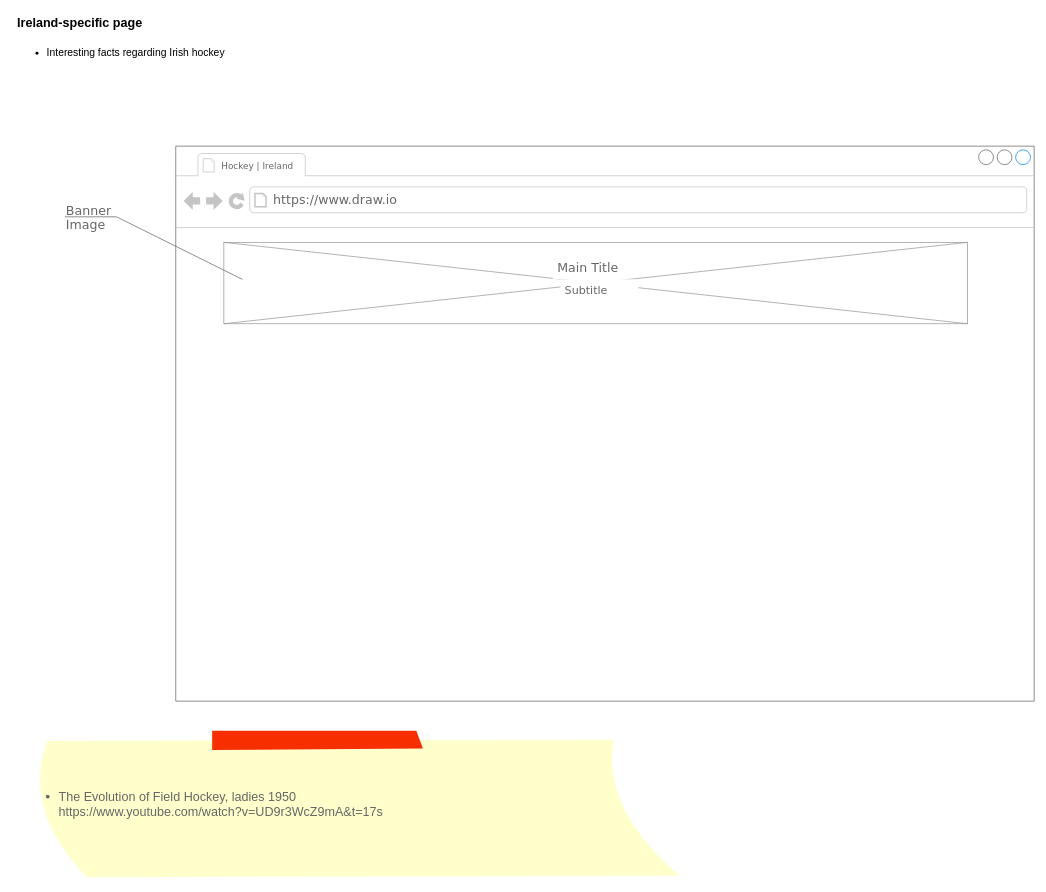
Earlier version of the draw.io diagram page "ireland.html" (2 of 3) of design/hockey_history_wireframe.drawio (ibuttimer/hockey-history). Source tidied: cells renumbered, new cells numbered last; positions are measured from the earlier drawing's top-left corner, leaving out a move shared by most shapes. Both pictures are drawn from the tidied source at 74%, with x=0, y=0 at pixel (13, 13).
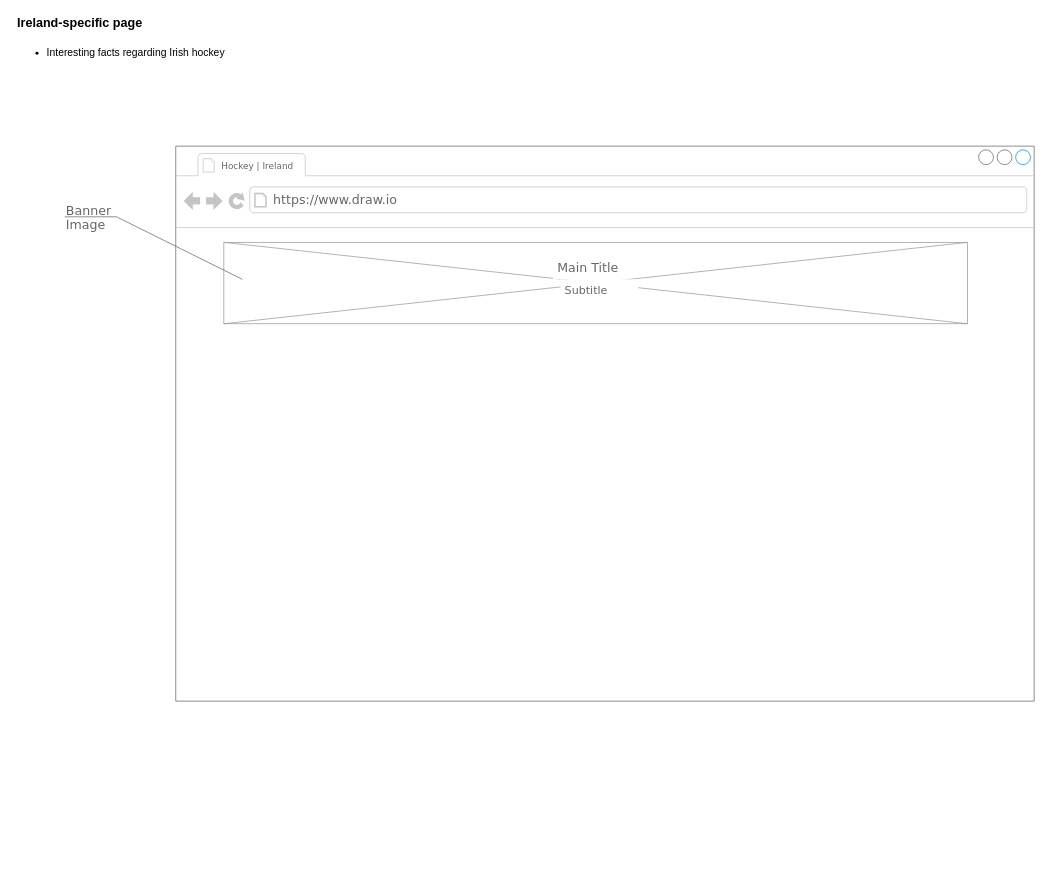
The same diagram, later.

What changed in the source:
```diff
@@
 <mxGraphModel>
   <root>
     <mxCell id="0" />
     <mxCell id="1" parent="0" />
     <mxCell id="2" style="strokeWidth=1;shadow=0;dashed=0;align=center;html=1;shape=mxgraph.mockup.containers.browserWindow;rSize=0;strokeColor=none;strokeColor2=#008cff;strokeColor3=#c4c4c4;mainText=,;fontFamily=Verdana;" parent="1" vertex="1">
       <mxGeometry x="220" y="180" width="1160" height="750" as="geometry" />
     </mxCell>
     <mxCell id="3" value="&lt;font style=&quot;font-size: 12px&quot;&gt;Hockey | Ireland&lt;/font&gt;" style="strokeWidth=1;shadow=0;dashed=0;align=center;html=1;shape=mxgraph.mockup.containers.anchor;fontSize=17;fontColor=#666666;align=left;fontFamily=Verdana;" parent="2" vertex="1">
       <mxGeometry x="60" y="12" width="110" height="26" as="geometry" />
     </mxCell>
     <mxCell id="4" value="https://www.draw.io" style="strokeWidth=1;shadow=0;dashed=0;align=center;html=1;shape=mxgraph.mockup.containers.anchor;rSize=0;fontSize=17;fontColor=#666666;align=left;fontFamily=Verdana;" parent="2" vertex="1">
       <mxGeometry x="130" y="60" width="250" height="26" as="geometry" />
     </mxCell>
     <mxCell id="5" style="verticalLabelPosition=bottom;shadow=0;dashed=0;align=center;html=1;verticalAlign=top;strokeWidth=1;shape=mxgraph.mockup.graphics.simpleIcon;strokeColor=#999999;" parent="2" vertex="1">
       <mxGeometry x="65" y="130" width="1005" height="110" as="geometry" />
     </mxCell>
     <mxCell id="6" value="Main Title" style="strokeWidth=1;shadow=0;dashed=0;align=center;html=1;shape=mxgraph.mockup.text.textBox;fontColor=#666666;align=left;fontSize=17;spacingLeft=4;spacingTop=-3;strokeColor=none;mainText=;fontFamily=Verdana;" parent="2" vertex="1">
       <mxGeometry x="510" y="150" width="100" height="30" as="geometry" />
     </mxCell>
     <mxCell id="7" value="&lt;font style=&quot;font-size: 15px&quot;&gt;Subtitle&lt;/font&gt;" style="strokeWidth=1;shadow=0;dashed=0;align=center;html=1;shape=mxgraph.mockup.text.textBox;fontColor=#666666;align=left;fontSize=17;spacingLeft=4;spacingTop=-3;strokeColor=none;mainText=;fontFamily=Verdana;" parent="2" vertex="1">
       <mxGeometry x="520" y="180" width="105" height="30" as="geometry" />
     </mxCell>
     <mxCell id="8" value="Banner&lt;br&gt;Image" style="strokeWidth=1;shadow=0;dashed=0;align=center;html=1;shape=mxgraph.mockup.text.callout;linkText=;textSize=17;textColor=#666666;callDir=NW;callStyle=line;fontSize=17;fontColor=#666666;align=left;verticalAlign=top;strokeColor=#666666;fontFamily=Verdana;" parent="1" vertex="1">
       <mxGeometry x="70" y="250" width="240" height="110" as="geometry" />
     </mxCell>
     <mxCell id="9" value="&lt;b&gt;&lt;font color=&quot;#000000&quot;&gt;Ireland-specific page&lt;/font&gt;&lt;/b&gt;" style="strokeWidth=1;shadow=0;dashed=0;align=center;html=1;shape=mxgraph.mockup.text.textBox;fontColor=#666666;align=left;fontSize=17;spacingLeft=4;spacingTop=-3;strokeColor=none;mainText=;" parent="1" vertex="1">
       <mxGeometry width="150" height="30" as="geometry" />
     </mxCell>
     <mxCell id="10" value="&lt;ul style=&quot;font-size: 14px&quot;&gt;&lt;li&gt;Interesting facts regarding Irish hockey&lt;/li&gt;&lt;/ul&gt;" style="strokeWidth=1;shadow=0;dashed=0;align=center;html=1;shape=mxgraph.mockup.text.textBox;fontColor=#000000;align=left;fontSize=17;spacingLeft=4;spacingTop=-3;strokeColor=none;mainText=;" parent="1" vertex="1">
       <mxGeometry y="40" width="150" height="30" as="geometry" />
     </mxCell>
-    <mxCell id="11" value="&lt;div&gt;&lt;ul&gt;&lt;li&gt;&lt;span&gt;The Evolution of Field Hockey, ladies 1950&lt;br&gt;&lt;/span&gt;https://www.youtube.com/watch?v=UD9r3WcZ9mA&amp;amp;t=17s&lt;/li&gt;&lt;/ul&gt;&lt;/div&gt;" style="strokeWidth=1;shadow=0;dashed=0;align=left;html=1;shape=mxgraph.mockup.text.stickyNote2;fontColor=#666666;mainText=;fontSize=17;whiteSpace=wrap;fillColor=#ffffcc;strokeColor=#F62E00;" parent="1" vertex="1">
-      <mxGeometry x="20" y="970" width="890" height="200" as="geometry" />
-    </mxCell>
   </root>
 </mxGraphModel>
```
